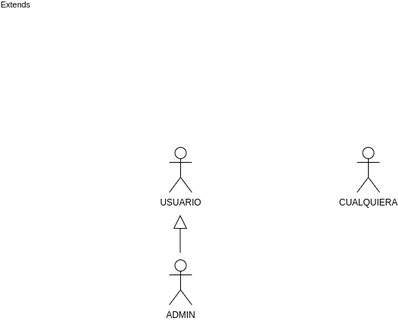
This is casosDeUsoExtendidos/Jerarquia_Actores.png from Adrimr7/ADSI23_biblioteca_e3scape, a draw.io export, as it was before one commit. Source tidied: cells renumbered, new cells last; positions are measured from the earlier drawing's top-left corner, leaving out a move shared by most shapes.
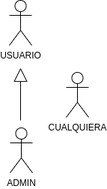
After the change.

What changed in the source:
```diff
@@ -2,21 +2,20 @@
   <root>
     <mxCell id="0" />
     <mxCell id="1" parent="0" />
+    <mxCell id="4" value="CUALQUIERA" style="shape=umlActor;verticalLabelPosition=bottom;verticalAlign=top;html=1;" parent="1" vertex="1">
+      <mxGeometry x="151" y="306" width="30" height="60" as="geometry" />
+    </mxCell>
-    <mxCell id="2" value="USUARIO&lt;br&gt;" style="shape=umlActor;verticalLabelPosition=bottom;verticalAlign=top;html=1;" parent="1" vertex="1">
-      <mxGeometry width="30" height="60" as="geometry" />
+    <mxCell id="2" value="USUARIO" style="shape=umlActor;verticalLabelPosition=bottom;verticalAlign=top;html=1;" parent="1" vertex="1">
+      <mxGeometry x="75" y="210" width="30" height="60" as="geometry" />
     </mxCell>
     <mxCell id="3" value="ADMIN" style="shape=umlActor;verticalLabelPosition=bottom;verticalAlign=top;html=1;" parent="1" vertex="1">
-      <mxGeometry y="150" width="30" height="60" as="geometry" />
+      <mxGeometry x="76" y="380" width="30" height="60" as="geometry" />
     </mxCell>
-    <mxCell id="4" value="CUALQUIERA" style="shape=umlActor;verticalLabelPosition=bottom;verticalAlign=top;html=1;" parent="1" vertex="1">
-      <mxGeometry x="250" width="30" height="60" as="geometry" />
-    </mxCell>
-    <mxCell id="5" value="Extends" style="endArrow=block;endSize=16;endFill=0;html=1;rounded=0;" parent="1" edge="1">
-      <mxGeometry x="1" y="356" relative="1" as="geometry">
-        <mxPoint x="14.5" y="140" as="sourcePoint" />
-        <mxPoint x="14.5" y="90" as="targetPoint" />
-        <mxPoint x="136" y="-280" as="offset" />
-      </mxGeometry>
-    </mxCell>
+    <mxCell id="6" style="endArrow=block;endSize=16;endFill=0;html=1;rounded=0;" parent="1" edge="1">
+      <mxGeometry relative="1" as="geometry">
+        <mxPoint x="90" y="370" as="sourcePoint" />
+        <mxPoint x="90" y="300" as="targetPoint" />
+      </mxGeometry>
+    </mxCell>
   </root>
 </mxGraphModel>
```
